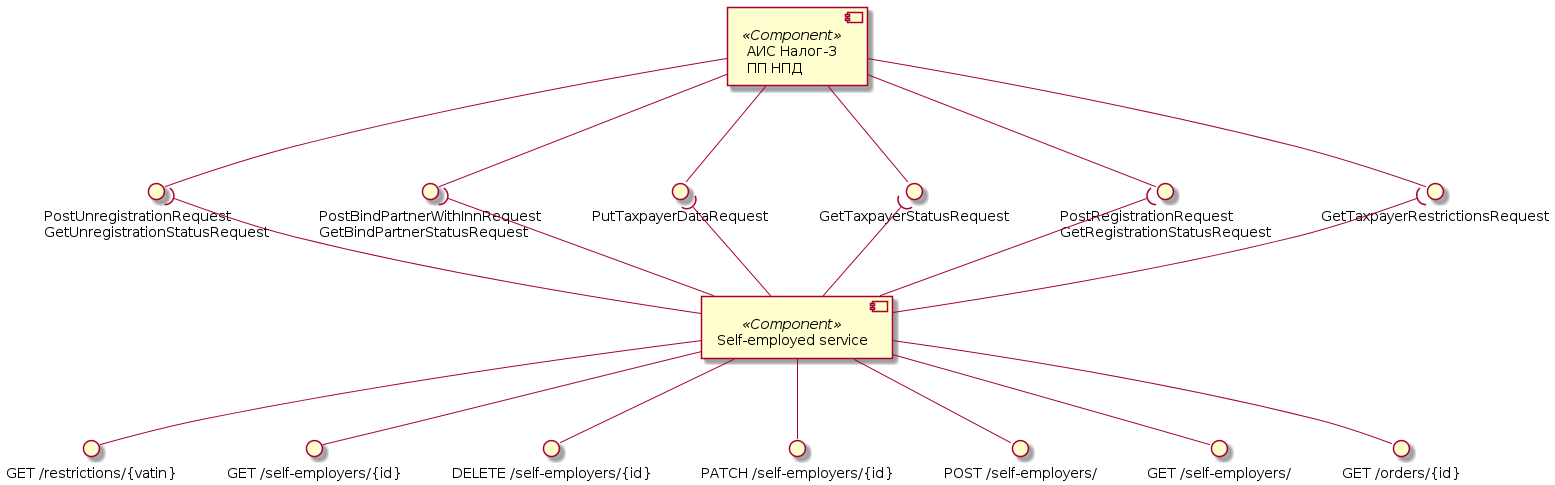
Before: assets/images/diagrams/self-employed-service/self-employer-components.png, a diagram exported from PlantUML (RaikBitters/ibank-internal-services). Its diagram source:
```plantuml
@startuml self-employer-components

component "АИС Налог-3\nПП НПД" as Tax3 <<Component>>
interface "GetTaxpayerRestrictionsRequest" as TaxpayerRestrictions
interface "PostRegistrationRequest\nGetRegistrationStatusRequest" as Registration
interface "GetTaxpayerStatusRequest" as TaxpayerStatus
interface "PutTaxpayerDataRequest" as TaxpayerData
interface "PostBindPartnerWithInnRequest\nGetBindPartnerStatusRequest" as BindPartner
interface "PostUnregistrationRequest\nGetUnregistrationStatusRequest" as Unregistration

Tax3 --() TaxpayerRestrictions
Tax3 --() Registration
Tax3 --() TaxpayerStatus
Tax3 --() TaxpayerData
Tax3 --() BindPartner
Tax3 --() Unregistration

component "Self-employed service" as SelfEmplService <<Component>>
interface "GET /restrictions/{vatin}" as getRestrictions
interface "GET /self-employers/{id}" as getSelfEmplsId
interface "DELETE /self-employers/{id}" as delSelfEmplsId
interface "PATCH /self-employers/{id}" as patchSelfEmplsId
interface "POST /self-employers/" as postSelfEmpls
interface "GET /self-employers/" as getSelfEmpls
interface "GET /orders/{id}" as getOrdersId

SelfEmplService --() getRestrictions
SelfEmplService --() getSelfEmpls
SelfEmplService --() postSelfEmpls
SelfEmplService --() getSelfEmplsId
SelfEmplService --() patchSelfEmplsId
SelfEmplService --() delSelfEmplsId
SelfEmplService --() getOrdersId

SelfEmplService -up-( TaxpayerRestrictions
SelfEmplService -up-( Registration
SelfEmplService -up-( TaxpayerStatus
SelfEmplService -up-( TaxpayerData
SelfEmplService -up-( BindPartner
SelfEmplService -up-( Unregistration

@enduml
```
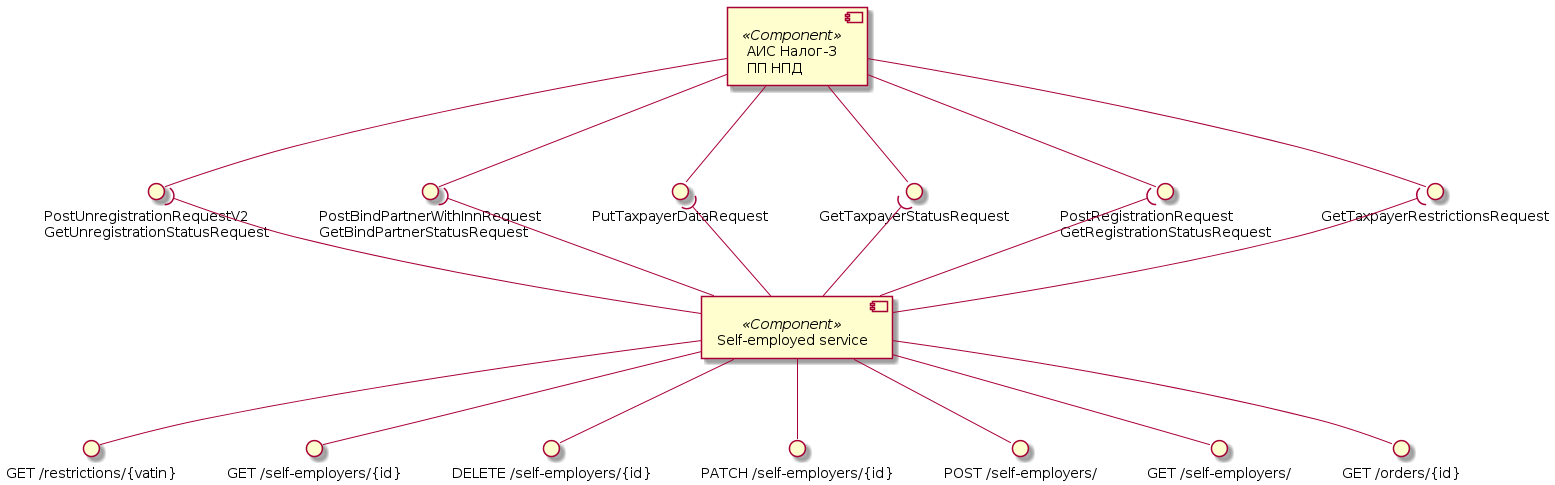
Above is the later version.

What changed in the source:
```diff
@@ -6,7 +6,7 @@
 interface "GetTaxpayerStatusRequest" as TaxpayerStatus
 interface "PutTaxpayerDataRequest" as TaxpayerData
 interface "PostBindPartnerWithInnRequest\nGetBindPartnerStatusRequest" as BindPartner
-interface "PostUnregistrationRequest\nGetUnregistrationStatusRequest" as Unregistration
+interface "PostUnregistrationRequestV2\nGetUnregistrationStatusRequest" as Unregistration
 
 Tax3 --() TaxpayerRestrictions
 Tax3 --() Registration
```
